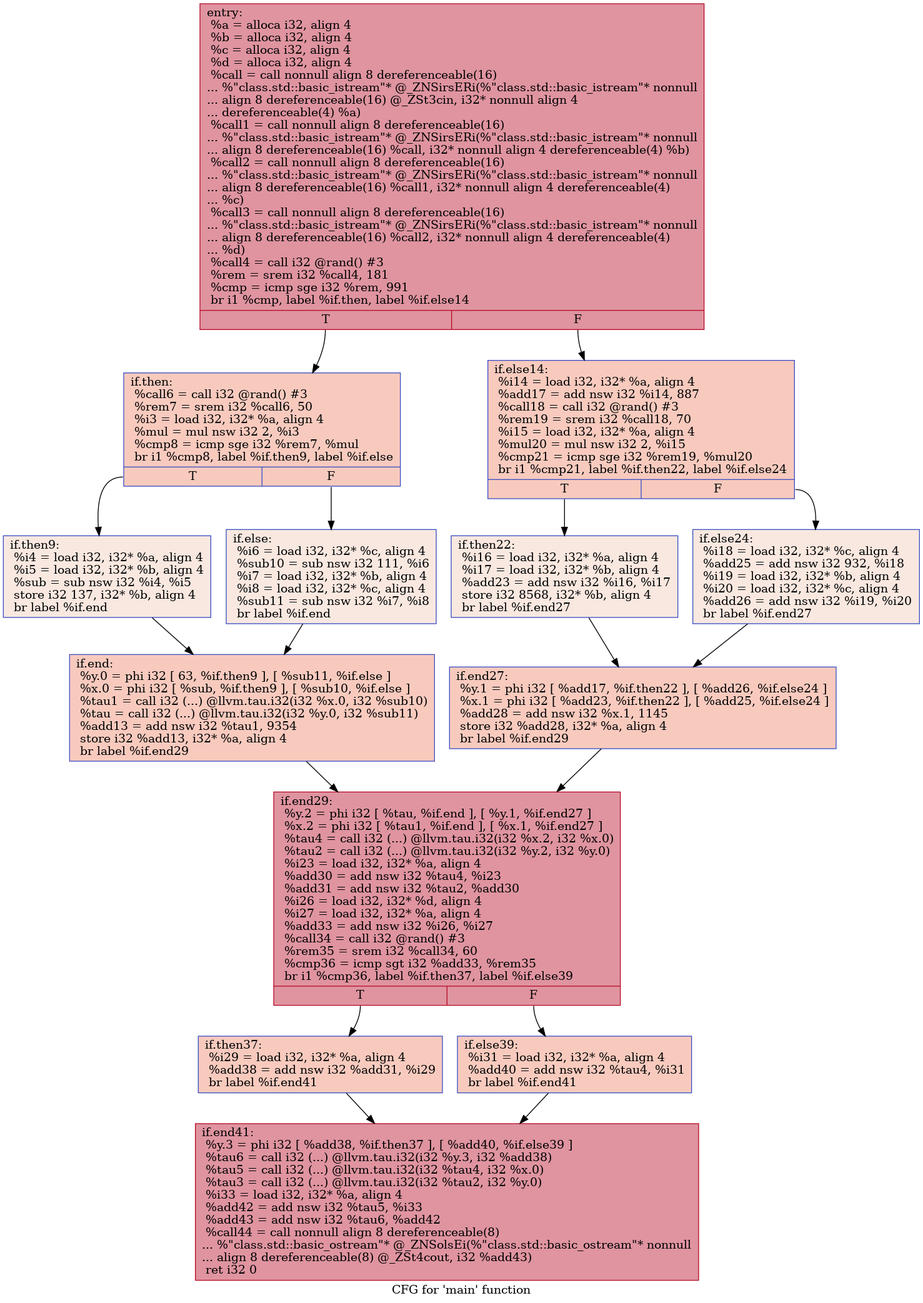
HPSSA-LLVM/HPSSA-LLVM keeps this Graphviz diagram as IR/cfg/afterHPSSA.dot.png. Above is the earlier version. Its source is kept beside it as IR/cfg/afterHPSSA.dot.
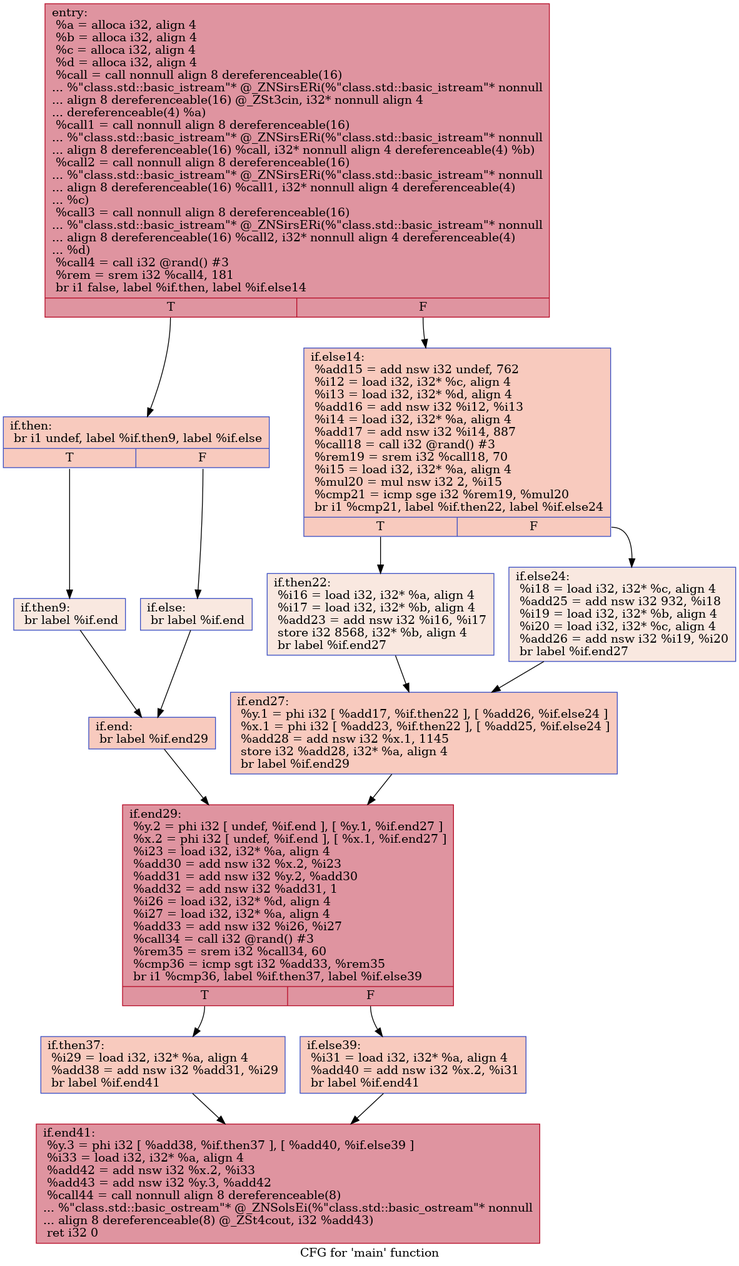
After the commit.

Commit message:
[WIP-Urg] Pass to use HPSSA.

What changed in the source:
```diff
@@ -1,33 +1,33 @@
 digraph "CFG for 'main' function" {
 	label="CFG for 'main' function";
 
-	Node0x558bba752bf0 [shape=record,color="#b70d28ff", style=filled, fillcolor="#b70d2870",label="{entry:\l  %a = alloca i32, align 4\l  %b = alloca i32, align 4\l  %c = alloca i32, align 4\l  %d = alloca i32, align 4\l  %call = call nonnull align 8 dereferenceable(16)\l... %\"class.std::basic_istream\"* @_ZNSirsERi(%\"class.std::basic_istream\"* nonnull\l... align 8 dereferenceable(16) @_ZSt3cin, i32* nonnull align 4\l... dereferenceable(4) %a)\l  %call1 = call nonnull align 8 dereferenceable(16)\l... %\"class.std::basic_istream\"* @_ZNSirsERi(%\"class.std::basic_istream\"* nonnull\l... align 8 dereferenceable(16) %call, i32* nonnull align 4 dereferenceable(4) %b)\l  %call2 = call nonnull align 8 dereferenceable(16)\l... %\"class.std::basic_istream\"* @_ZNSirsERi(%\"class.std::basic_istream\"* nonnull\l... align 8 dereferenceable(16) %call1, i32* nonnull align 4 dereferenceable(4)\l... %c)\l  %call3 = call nonnull align 8 dereferenceable(16)\l... %\"class.std::basic_istream\"* @_ZNSirsERi(%\"class.std::basic_istream\"* nonnull\l... align 8 dereferenceable(16) %call2, i32* nonnull align 4 dereferenceable(4)\l... %d)\l  %call4 = call i32 @rand() #3\l  %rem = srem i32 %call4, 181\l  %cmp = icmp sge i32 %rem, 991\l  br i1 %cmp, label %if.then, label %if.else14\l|{<s0>T|<s1>F}}"];
-	Node0x558bba752bf0:s0 -> Node0x558bba7538d0;
-	Node0x558bba752bf0:s1 -> Node0x558bba753b40;
-	Node0x558bba7538d0 [shape=record,color="#3d50c3ff", style=filled, fillcolor="#ef886b70",label="{if.then:                                          \l  %call6 = call i32 @rand() #3\l  %rem7 = srem i32 %call6, 50\l  %i3 = load i32, i32* %a, align 4\l  %mul = mul nsw i32 2, %i3\l  %cmp8 = icmp sge i32 %rem7, %mul\l  br i1 %cmp8, label %if.then9, label %if.else\l|{<s0>T|<s1>F}}"];
-	Node0x558bba7538d0:s0 -> Node0x558bba7540e0;
-	Node0x558bba7538d0:s1 -> Node0x558bba754160;
-	Node0x558bba7540e0 [shape=record,color="#3d50c3ff", style=filled, fillcolor="#f1ccb870",label="{if.then9:                                         \l  %i4 = load i32, i32* %a, align 4\l  %i5 = load i32, i32* %b, align 4\l  %sub = sub nsw i32 %i4, %i5\l  store i32 137, i32* %b, align 4\l  br label %if.end\l}"];
-	Node0x558bba7540e0 -> Node0x558bba754570;
-	Node0x558bba754160 [shape=record,color="#3d50c3ff", style=filled, fillcolor="#f1ccb870",label="{if.else:                                          \l  %i6 = load i32, i32* %c, align 4\l  %sub10 = sub nsw i32 111, %i6\l  %i7 = load i32, i32* %b, align 4\l  %i8 = load i32, i32* %c, align 4\l  %sub11 = sub nsw i32 %i7, %i8\l  br label %if.end\l}"];
-	Node0x558bba754160 -> Node0x558bba754570;
-	Node0x558bba754570 [shape=record,color="#3d50c3ff", style=filled, fillcolor="#ef886b70",label="{if.end:                                           \l  %y.0 = phi i32 [ 63, %if.then9 ], [ %sub11, %if.else ]\l  %x.0 = phi i32 [ %sub, %if.then9 ], [ %sub10, %if.else ]\l  %tau1 = call i32 (...) @llvm.tau.i32(i32 %x.0, i32 %sub10)\l  %tau = call i32 (...) @llvm.tau.i32(i32 %y.0, i32 %sub11)\l  %add13 = add nsw i32 %tau1, 9354\l  store i32 %add13, i32* %a, align 4\l  br label %if.end29\l}"];
-	Node0x558bba754570 -> Node0x558bba755320;
-	Node0x558bba753b40 [shape=record,color="#3d50c3ff", style=filled, fillcolor="#ef886b70",label="{if.else14:                                        \l  %i14 = load i32, i32* %a, align 4\l  %add17 = add nsw i32 %i14, 887\l  %call18 = call i32 @rand() #3\l  %rem19 = srem i32 %call18, 70\l  %i15 = load i32, i32* %a, align 4\l  %mul20 = mul nsw i32 2, %i15\l  %cmp21 = icmp sge i32 %rem19, %mul20\l  br i1 %cmp21, label %if.then22, label %if.else24\l|{<s0>T|<s1>F}}"];
-	Node0x558bba753b40:s0 -> Node0x558bba7561d0;
-	Node0x558bba753b40:s1 -> Node0x558bba756250;
-	Node0x558bba7561d0 [shape=record,color="#3d50c3ff", style=filled, fillcolor="#f1ccb870",label="{if.then22:                                        \l  %i16 = load i32, i32* %a, align 4\l  %i17 = load i32, i32* %b, align 4\l  %add23 = add nsw i32 %i16, %i17\l  store i32 8568, i32* %b, align 4\l  br label %if.end27\l}"];
-	Node0x558bba7561d0 -> Node0x558bba756670;
-	Node0x558bba756250 [shape=record,color="#3d50c3ff", style=filled, fillcolor="#f1ccb870",label="{if.else24:                                        \l  %i18 = load i32, i32* %c, align 4\l  %add25 = add nsw i32 932, %i18\l  %i19 = load i32, i32* %b, align 4\l  %i20 = load i32, i32* %c, align 4\l  %add26 = add nsw i32 %i19, %i20\l  br label %if.end27\l}"];
-	Node0x558bba756250 -> Node0x558bba756670;
-	Node0x558bba756670 [shape=record,color="#3d50c3ff", style=filled, fillcolor="#ef886b70",label="{if.end27:                                         \l  %y.1 = phi i32 [ %add17, %if.then22 ], [ %add26, %if.else24 ]\l  %x.1 = phi i32 [ %add23, %if.then22 ], [ %add25, %if.else24 ]\l  %add28 = add nsw i32 %x.1, 1145\l  store i32 %add28, i32* %a, align 4\l  br label %if.end29\l}"];
-	Node0x558bba756670 -> Node0x558bba755320;
-	Node0x558bba755320 [shape=record,color="#b70d28ff", style=filled, fillcolor="#b70d2870",label="{if.end29:                                         \l  %y.2 = phi i32 [ %tau, %if.end ], [ %y.1, %if.end27 ]\l  %x.2 = phi i32 [ %tau1, %if.end ], [ %x.1, %if.end27 ]\l  %tau4 = call i32 (...) @llvm.tau.i32(i32 %x.2, i32 %x.0)\l  %tau2 = call i32 (...) @llvm.tau.i32(i32 %y.2, i32 %y.0)\l  %i23 = load i32, i32* %a, align 4\l  %add30 = add nsw i32 %tau4, %i23\l  %add31 = add nsw i32 %tau2, %add30\l  %i26 = load i32, i32* %d, align 4\l  %i27 = load i32, i32* %a, align 4\l  %add33 = add nsw i32 %i26, %i27\l  %call34 = call i32 @rand() #3\l  %rem35 = srem i32 %call34, 60\l  %cmp36 = icmp sgt i32 %add33, %rem35\l  br i1 %cmp36, label %if.then37, label %if.else39\l|{<s0>T|<s1>F}}"];
-	Node0x558bba755320:s0 -> Node0x558bba757df0;
-	Node0x558bba755320:s1 -> Node0x558bba757ed0;
-	Node0x558bba757df0 [shape=record,color="#3d50c3ff", style=filled, fillcolor="#ef886b70",label="{if.then37:                                        \l  %i29 = load i32, i32* %a, align 4\l  %add38 = add nsw i32 %add31, %i29\l  br label %if.end41\l}"];
-	Node0x558bba757df0 -> Node0x558bba7581a0;
-	Node0x558bba757ed0 [shape=record,color="#3d50c3ff", style=filled, fillcolor="#ef886b70",label="{if.else39:                                        \l  %i31 = load i32, i32* %a, align 4\l  %add40 = add nsw i32 %tau4, %i31\l  br label %if.end41\l}"];
-	Node0x558bba757ed0 -> Node0x558bba7581a0;
-	Node0x558bba7581a0 [shape=record,color="#b70d28ff", style=filled, fillcolor="#b70d2870",label="{if.end41:                                         \l  %y.3 = phi i32 [ %add38, %if.then37 ], [ %add40, %if.else39 ]\l  %tau6 = call i32 (...) @llvm.tau.i32(i32 %y.3, i32 %add38)\l  %tau5 = call i32 (...) @llvm.tau.i32(i32 %tau4, i32 %x.0)\l  %tau3 = call i32 (...) @llvm.tau.i32(i32 %tau2, i32 %y.0)\l  %i33 = load i32, i32* %a, align 4\l  %add42 = add nsw i32 %tau5, %i33\l  %add43 = add nsw i32 %tau6, %add42\l  %call44 = call nonnull align 8 dereferenceable(8)\l... %\"class.std::basic_ostream\"* @_ZNSolsEi(%\"class.std::basic_ostream\"* nonnull\l... align 8 dereferenceable(8) @_ZSt4cout, i32 %add43)\l  ret i32 0\l}"];
+	Node0x55b29372a7c0 [shape=record,color="#b70d28ff", style=filled, fillcolor="#b70d2870",label="{entry:\l  %a = alloca i32, align 4\l  %b = alloca i32, align 4\l  %c = alloca i32, align 4\l  %d = alloca i32, align 4\l  %call = call nonnull align 8 dereferenceable(16)\l... %\"class.std::basic_istream\"* @_ZNSirsERi(%\"class.std::basic_istream\"* nonnull\l... align 8 dereferenceable(16) @_ZSt3cin, i32* nonnull align 4\l... dereferenceable(4) %a)\l  %call1 = call nonnull align 8 dereferenceable(16)\l... %\"class.std::basic_istream\"* @_ZNSirsERi(%\"class.std::basic_istream\"* nonnull\l... align 8 dereferenceable(16) %call, i32* nonnull align 4 dereferenceable(4) %b)\l  %call2 = call nonnull align 8 dereferenceable(16)\l... %\"class.std::basic_istream\"* @_ZNSirsERi(%\"class.std::basic_istream\"* nonnull\l... align 8 dereferenceable(16) %call1, i32* nonnull align 4 dereferenceable(4)\l... %c)\l  %call3 = call nonnull align 8 dereferenceable(16)\l... %\"class.std::basic_istream\"* @_ZNSirsERi(%\"class.std::basic_istream\"* nonnull\l... align 8 dereferenceable(16) %call2, i32* nonnull align 4 dereferenceable(4)\l... %d)\l  %call4 = call i32 @rand() #3\l  %rem = srem i32 %call4, 181\l  br i1 false, label %if.then, label %if.else14\l|{<s0>T|<s1>F}}"];
+	Node0x55b29372a7c0:s0 -> Node0x55b29372b3f0;
+	Node0x55b29372a7c0:s1 -> Node0x55b29372b4c0;
+	Node0x55b29372b3f0 [shape=record,color="#3d50c3ff", style=filled, fillcolor="#ef886b70",label="{if.then:                                          \l  br i1 undef, label %if.then9, label %if.else\l|{<s0>T|<s1>F}}"];
+	Node0x55b29372b3f0:s0 -> Node0x55b29372bc20;
+	Node0x55b29372b3f0:s1 -> Node0x55b29372bca0;
+	Node0x55b29372bc20 [shape=record,color="#3d50c3ff", style=filled, fillcolor="#f1ccb870",label="{if.then9:                                         \l  br label %if.end\l}"];
+	Node0x55b29372bc20 -> Node0x55b29372be20;
+	Node0x55b29372bca0 [shape=record,color="#3d50c3ff", style=filled, fillcolor="#f1ccb870",label="{if.else:                                          \l  br label %if.end\l}"];
+	Node0x55b29372bca0 -> Node0x55b29372be20;
+	Node0x55b29372be20 [shape=record,color="#3d50c3ff", style=filled, fillcolor="#ef886b70",label="{if.end:                                           \l  br label %if.end29\l}"];
+	Node0x55b29372be20 -> Node0x55b29372bf70;
+	Node0x55b29372b4c0 [shape=record,color="#3d50c3ff", style=filled, fillcolor="#ef886b70",label="{if.else14:                                        \l  %add15 = add nsw i32 undef, 762\l  %i12 = load i32, i32* %c, align 4\l  %i13 = load i32, i32* %d, align 4\l  %add16 = add nsw i32 %i12, %i13\l  %i14 = load i32, i32* %a, align 4\l  %add17 = add nsw i32 %i14, 887\l  %call18 = call i32 @rand() #3\l  %rem19 = srem i32 %call18, 70\l  %i15 = load i32, i32* %a, align 4\l  %mul20 = mul nsw i32 2, %i15\l  %cmp21 = icmp sge i32 %rem19, %mul20\l  br i1 %cmp21, label %if.then22, label %if.else24\l|{<s0>T|<s1>F}}"];
+	Node0x55b29372b4c0:s0 -> Node0x55b29372cbd0;
+	Node0x55b29372b4c0:s1 -> Node0x55b29372cc50;
+	Node0x55b29372cbd0 [shape=record,color="#3d50c3ff", style=filled, fillcolor="#f1ccb870",label="{if.then22:                                        \l  %i16 = load i32, i32* %a, align 4\l  %i17 = load i32, i32* %b, align 4\l  %add23 = add nsw i32 %i16, %i17\l  store i32 8568, i32* %b, align 4\l  br label %if.end27\l}"];
+	Node0x55b29372cbd0 -> Node0x55b29372d010;
+	Node0x55b29372cc50 [shape=record,color="#3d50c3ff", style=filled, fillcolor="#f1ccb870",label="{if.else24:                                        \l  %i18 = load i32, i32* %c, align 4\l  %add25 = add nsw i32 932, %i18\l  %i19 = load i32, i32* %b, align 4\l  %i20 = load i32, i32* %c, align 4\l  %add26 = add nsw i32 %i19, %i20\l  br label %if.end27\l}"];
+	Node0x55b29372cc50 -> Node0x55b29372d010;
+	Node0x55b29372d010 [shape=record,color="#3d50c3ff", style=filled, fillcolor="#ef886b70",label="{if.end27:                                         \l  %y.1 = phi i32 [ %add17, %if.then22 ], [ %add26, %if.else24 ]\l  %x.1 = phi i32 [ %add23, %if.then22 ], [ %add25, %if.else24 ]\l  %add28 = add nsw i32 %x.1, 1145\l  store i32 %add28, i32* %a, align 4\l  br label %if.end29\l}"];
+	Node0x55b29372d010 -> Node0x55b29372bf70;
+	Node0x55b29372bf70 [shape=record,color="#b70d28ff", style=filled, fillcolor="#b70d2870",label="{if.end29:                                         \l  %y.2 = phi i32 [ undef, %if.end ], [ %y.1, %if.end27 ]\l  %x.2 = phi i32 [ undef, %if.end ], [ %x.1, %if.end27 ]\l  %i23 = load i32, i32* %a, align 4\l  %add30 = add nsw i32 %x.2, %i23\l  %add31 = add nsw i32 %y.2, %add30\l  %add32 = add nsw i32 %add31, 1\l  %i26 = load i32, i32* %d, align 4\l  %i27 = load i32, i32* %a, align 4\l  %add33 = add nsw i32 %i26, %i27\l  %call34 = call i32 @rand() #3\l  %rem35 = srem i32 %call34, 60\l  %cmp36 = icmp sgt i32 %add33, %rem35\l  br i1 %cmp36, label %if.then37, label %if.else39\l|{<s0>T|<s1>F}}"];
+	Node0x55b29372bf70:s0 -> Node0x55b29372edf0;
+	Node0x55b29372bf70:s1 -> Node0x55b29372eed0;
+	Node0x55b29372edf0 [shape=record,color="#3d50c3ff", style=filled, fillcolor="#ef886b70",label="{if.then37:                                        \l  %i29 = load i32, i32* %a, align 4\l  %add38 = add nsw i32 %add31, %i29\l  br label %if.end41\l}"];
+	Node0x55b29372edf0 -> Node0x55b29372f1a0;
+	Node0x55b29372eed0 [shape=record,color="#3d50c3ff", style=filled, fillcolor="#ef886b70",label="{if.else39:                                        \l  %i31 = load i32, i32* %a, align 4\l  %add40 = add nsw i32 %x.2, %i31\l  br label %if.end41\l}"];
+	Node0x55b29372eed0 -> Node0x55b29372f1a0;
+	Node0x55b29372f1a0 [shape=record,color="#b70d28ff", style=filled, fillcolor="#b70d2870",label="{if.end41:                                         \l  %y.3 = phi i32 [ %add38, %if.then37 ], [ %add40, %if.else39 ]\l  %i33 = load i32, i32* %a, align 4\l  %add42 = add nsw i32 %x.2, %i33\l  %add43 = add nsw i32 %y.3, %add42\l  %call44 = call nonnull align 8 dereferenceable(8)\l... %\"class.std::basic_ostream\"* @_ZNSolsEi(%\"class.std::basic_ostream\"* nonnull\l... align 8 dereferenceable(8) @_ZSt4cout, i32 %add43)\l  ret i32 0\l}"];
 }
```
